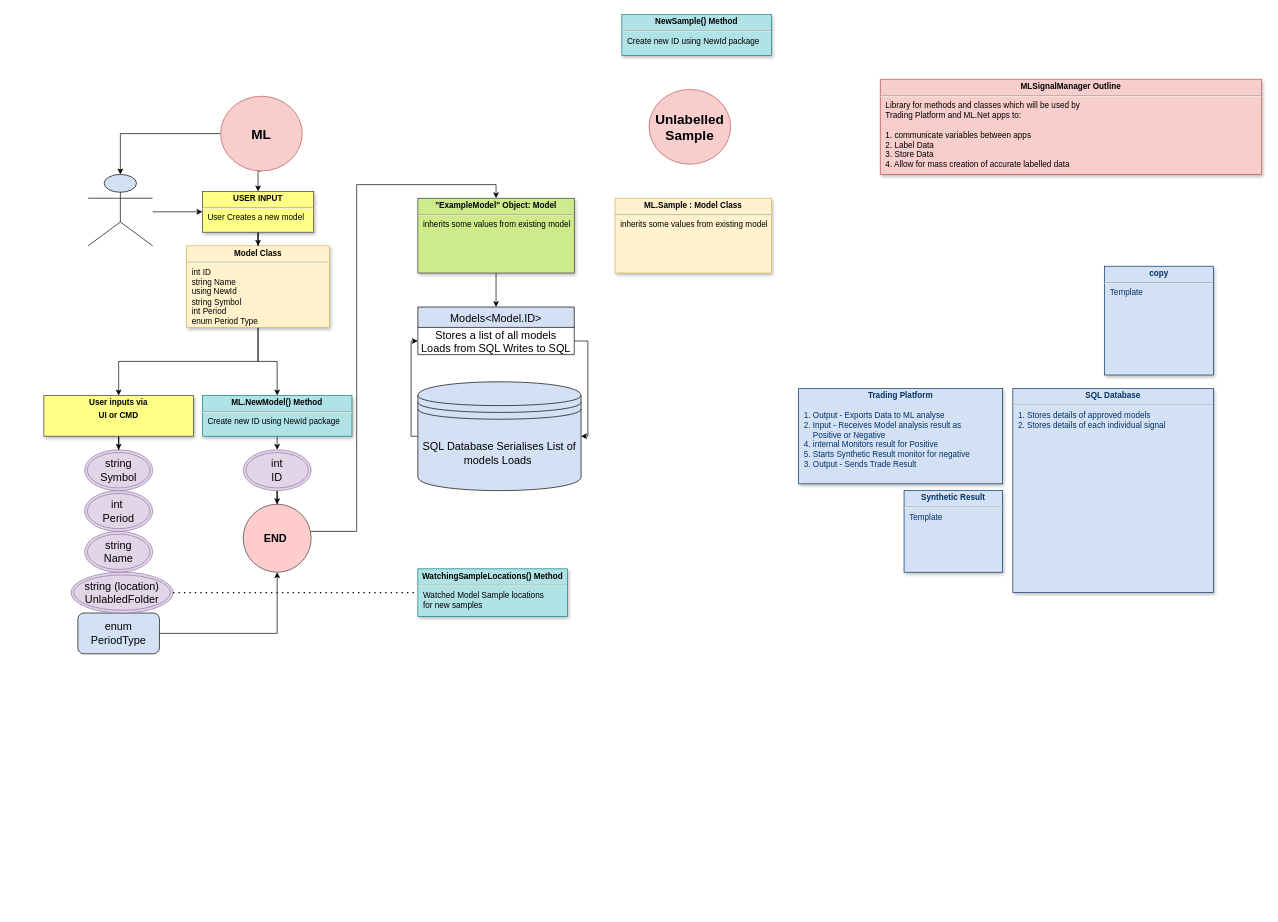
The draw.io diagram Overview_MLSignalManager.drawio in BurnOutTrader/BurnOutTrader, before the edit. Source tidied: cells renumbered, new cells numbered last; positions are measured from the earlier drawing's top-left corner, leaving out a move shared by most shapes. Both pictures are drawn from the tidied source at 68%, with x=0, y=0 at pixel (44, 14).
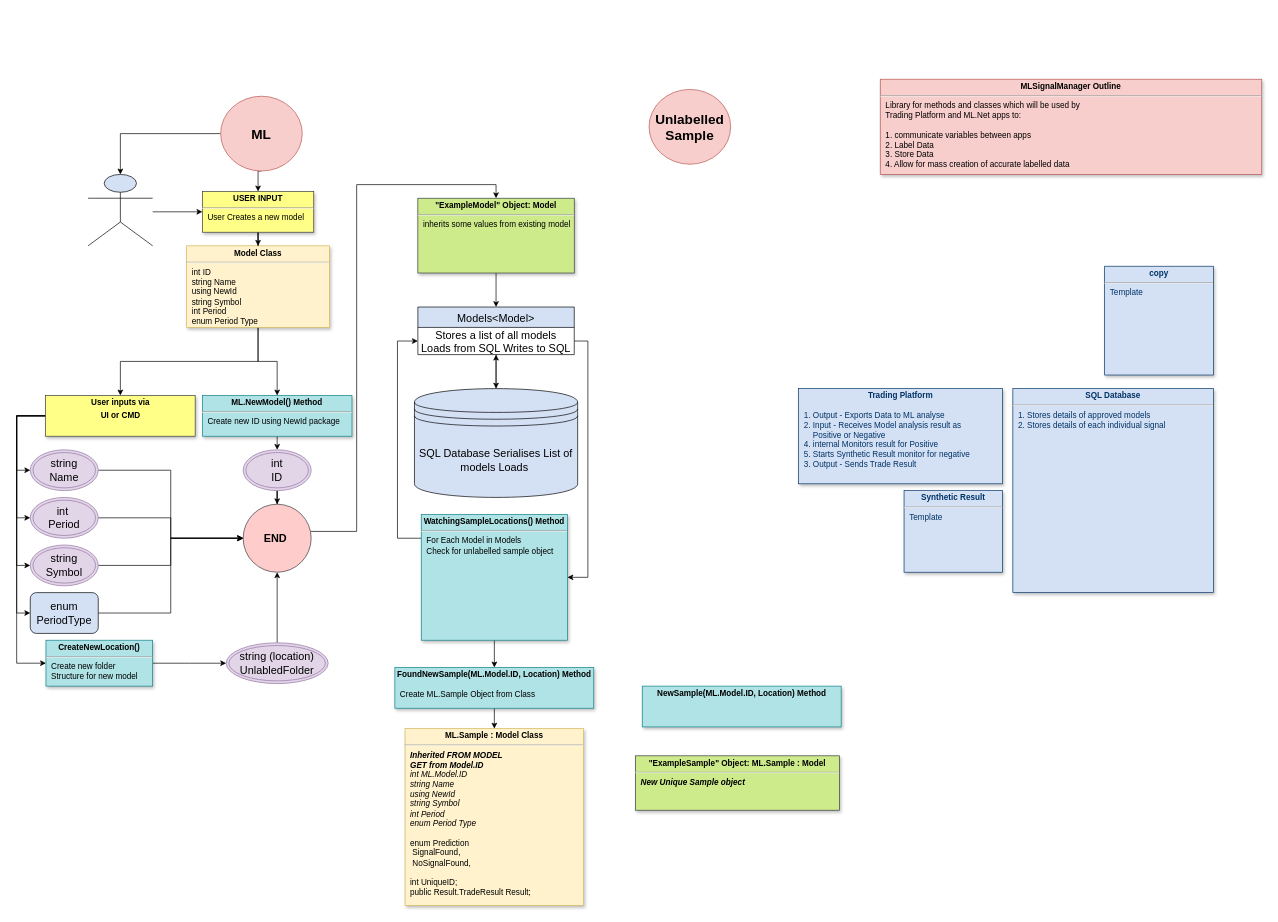
Above is the later version.

The change refers to these unchanged cells:
```xml
<mxCell id="32" value="&lt;b&gt;END&amp;nbsp;&lt;/b&gt;" style="ellipse;whiteSpace=wrap;html=1;fontSize=16;fillColor=#ffcccc;strokeColor=#36393d;" parent="1" vertex="1">
  <mxGeometry x="293.1" y="720" width="100" height="100" as="geometry" />
</mxCell>
<mxCell id="34" value="Stores a list of all models &#10;Loads from SQL Writes to SQL" style="text;strokeColor=none;fillColor=none;align=center;verticalAlign=middle;spacingLeft=4;spacingRight=4;overflow=hidden;points=[[0,0.5],[1,0.5]];portConstraint=eastwest;fontSize=16;" parent="33" vertex="1">
  <mxGeometry y="30" width="230" height="40" as="geometry" />
</mxCell>
```

The edit, as a diff of the source:
```diff
@@
-    <mxCell id="17" value="&lt;p style=&quot;margin: 4px 0px 0px; text-align: center;&quot;&gt;&lt;b&gt;ML.Sample : Model Class&lt;/b&gt;&lt;/p&gt;&lt;hr&gt;&lt;p style=&quot;margin: 0px; margin-left: 8px;&quot;&gt;inherits some values from existing model&lt;/p&gt;" style="verticalAlign=top;align=left;overflow=fill;fontSize=12;fontFamily=Helvetica;html=1;strokeColor=#d6b656;shadow=1;fillColor=#fff2cc;" parent="1" vertex="1">
-      <mxGeometry x="840" y="270" width="230" height="110" as="geometry" />
+    <mxCell id="17" value="&lt;p style=&quot;margin: 4px 0px 0px; text-align: center;&quot;&gt;&lt;b&gt;ML.Sample : Model Class&lt;/b&gt;&lt;/p&gt;&lt;hr&gt;&lt;p style=&quot;margin: 0px 0px 0px 8px;&quot;&gt;&lt;i&gt;&lt;b&gt;Inherited FROM MODEL&lt;/b&gt;&lt;/i&gt;&lt;i&gt;&lt;br&gt;&lt;/i&gt;&lt;/p&gt;&lt;p style=&quot;margin: 0px 0px 0px 8px;&quot;&gt;&lt;i&gt;&lt;b&gt;GET from Model.ID&lt;/b&gt;&lt;/i&gt;&lt;/p&gt;&lt;p style=&quot;margin: 0px 0px 0px 8px;&quot;&gt;&lt;i&gt;int ML.Model.ID&amp;nbsp;&amp;nbsp;&lt;/i&gt;&lt;/p&gt;&lt;p style=&quot;margin: 0px 0px 0px 8px;&quot;&gt;&lt;i&gt;string Name&lt;/i&gt;&lt;/p&gt;&lt;p style=&quot;margin: 0px 0px 0px 8px;&quot;&gt;&lt;i&gt;using NewId&lt;/i&gt;&lt;/p&gt;&lt;p style=&quot;margin: 0px 0px 0px 8px;&quot;&gt;&lt;i&gt;string Symbol&lt;/i&gt;&lt;/p&gt;&lt;p style=&quot;margin: 0px 0px 0px 8px;&quot;&gt;&lt;i&gt;int Period&lt;/i&gt;&lt;/p&gt;&lt;p style=&quot;margin: 0px 0px 0px 8px;&quot;&gt;&lt;i&gt;enum Period Type&lt;/i&gt;&lt;/p&gt;&lt;p style=&quot;margin: 0px 0px 0px 8px;&quot;&gt;&lt;br&gt;&lt;/p&gt;&lt;p style=&quot;margin: 0px 0px 0px 8px;&quot;&gt;&lt;span style=&quot;background-color: initial;&quot;&gt;enum Prediction&lt;/span&gt;&lt;br&gt;&lt;/p&gt;&lt;p style=&quot;margin: 0px 0px 0px 8px;&quot;&gt;&lt;span style=&quot;background-color: initial;&quot;&gt;&lt;span style=&quot;white-space: pre;&quot;&gt; &lt;/span&gt;SignalFound,&lt;/span&gt;&lt;/p&gt;&lt;p style=&quot;margin: 0px 0px 0px 8px;&quot;&gt;&lt;span style=&quot;white-space: pre;&quot;&gt; &lt;/span&gt;NoSignalFound,&lt;/p&gt;&lt;p style=&quot;margin: 0px 0px 0px 8px;&quot;&gt;&lt;span style=&quot;background-color: initial;&quot;&gt;&lt;br&gt;&lt;/span&gt;&lt;/p&gt;&lt;p style=&quot;margin: 0px 0px 0px 8px;&quot;&gt;&lt;span style=&quot;background-color: initial;&quot;&gt;int UniqueID;&lt;/span&gt;&lt;br&gt;&lt;/p&gt;&lt;p style=&quot;margin: 0px 0px 0px 8px;&quot;&gt;&lt;span style=&quot;background-color: initial;&quot;&gt;public Result.TradeResult Result;&lt;/span&gt;&lt;br&gt;&lt;/p&gt;" style="verticalAlign=top;align=left;overflow=fill;fontSize=12;fontFamily=Helvetica;html=1;strokeColor=#d6b656;shadow=1;fillColor=#fff2cc;" parent="1" vertex="1">
+      <mxGeometry x="531.2" y="1050" width="262.5" height="260" as="geometry" />
     </mxCell>
@@
+    <mxCell id="43" style="edgeStyle=orthogonalEdgeStyle;rounded=0;jettySize=auto;html=1;labelBorderColor=none;fontSize=16;entryX=0;entryY=0.5;entryDx=0;entryDy=0;" parent="1" edge="1" source="20" target="32">
+      <mxGeometry relative="1" as="geometry" />
+    </mxCell>
     <mxCell id="20" value="string Symbol" style="ellipse;shape=doubleEllipse;whiteSpace=wrap;html=1;fontSize=16;fillColor=#e1d5e7;strokeColor=#9673a6;" parent="1" vertex="1">
-      <mxGeometry x="60" y="640" width="100" height="60" as="geometry" />
+      <mxGeometry x="-20" y="780" width="100" height="60" as="geometry" />
     </mxCell>
+    <mxCell id="44" style="edgeStyle=orthogonalEdgeStyle;rounded=0;jettySize=auto;html=1;labelBorderColor=none;fontSize=16;entryX=0;entryY=0.5;entryDx=0;entryDy=0;" parent="1" edge="1" source="21" target="32">
+      <mxGeometry relative="1" as="geometry" />
+    </mxCell>
     <mxCell id="21" value="int&amp;nbsp;&lt;br&gt;Period" style="ellipse;shape=doubleEllipse;whiteSpace=wrap;html=1;fontSize=16;fillColor=#e1d5e7;strokeColor=#9673a6;" parent="1" vertex="1">
-      <mxGeometry x="60" y="700" width="100" height="60" as="geometry" />
+      <mxGeometry x="-20" y="710" width="100" height="60" as="geometry" />
     </mxCell>
+    <mxCell id="45" style="edgeStyle=orthogonalEdgeStyle;rounded=0;jettySize=auto;html=1;labelBorderColor=none;fontSize=16;entryX=0;entryY=0.5;entryDx=0;entryDy=0;" parent="1" edge="1" source="23" target="26">
+      <mxGeometry relative="1" as="geometry">
+        <Array as="points">
+          <mxPoint x="-40" y="590" />
+          <mxPoint x="-40" y="670" />
+        </Array>
+      </mxGeometry>
+    </mxCell>
+    <mxCell id="46" style="edgeStyle=orthogonalEdgeStyle;rounded=0;jettySize=auto;html=1;entryX=0;entryY=0.5;entryDx=0;entryDy=0;labelBorderColor=none;fontSize=16;" parent="1" edge="1" source="23" target="21">
+      <mxGeometry relative="1" as="geometry">
+        <Array as="points">
+          <mxPoint x="-40" y="590" />
+          <mxPoint x="-40" y="740" />
+        </Array>
+      </mxGeometry>
+    </mxCell>
-    <mxCell id="22" style="edgeStyle=orthogonalEdgeStyle;rounded=0;jettySize=auto;html=1;labelBorderColor=none;fontSize=16;" parent="1" edge="1" source="23" target="20">
-      <mxGeometry relative="1" as="geometry" />
+    <mxCell id="22" style="edgeStyle=orthogonalEdgeStyle;rounded=0;jettySize=auto;html=1;entryX=0;entryY=0.5;entryDx=0;entryDy=0;labelBorderColor=none;fontSize=16;" parent="1" edge="1" source="23" target="20">
+      <mxGeometry relative="1" as="geometry">
+        <Array as="points">
+          <mxPoint x="-40" y="590" />
+          <mxPoint x="-40" y="810" />
+        </Array>
+      </mxGeometry>
     </mxCell>
+    <mxCell id="47" style="edgeStyle=orthogonalEdgeStyle;rounded=0;jettySize=auto;html=1;entryX=0;entryY=0.5;entryDx=0;entryDy=0;labelBorderColor=none;fontSize=16;" parent="1" edge="1" source="23" target="25">
+      <mxGeometry relative="1" as="geometry">
+        <Array as="points">
+          <mxPoint x="-40" y="590" />
+          <mxPoint x="-40" y="880" />
+        </Array>
+      </mxGeometry>
+    </mxCell>
+    <mxCell id="48" style="edgeStyle=orthogonalEdgeStyle;rounded=0;jettySize=auto;html=1;entryX=0;entryY=0.5;entryDx=0;entryDy=0;labelBorderColor=none;fontSize=16;" parent="1" edge="1" source="23" target="59">
+      <mxGeometry relative="1" as="geometry">
+        <Array as="points">
+          <mxPoint x="-40" y="590" />
+          <mxPoint x="-40" y="954" />
+        </Array>
+      </mxGeometry>
+    </mxCell>
     <mxCell id="23" value="&lt;p style=&quot;margin: 4px 0px 0px; text-align: center;&quot;&gt;&lt;b&gt;User inputs via&lt;/b&gt;&lt;/p&gt;&lt;p style=&quot;margin: 4px 0px 0px; text-align: center;&quot;&gt;&lt;b&gt;UI or CMD&lt;/b&gt;&lt;/p&gt;&lt;p style=&quot;margin: 4px 0px 0px; text-align: center;&quot;&gt;&lt;b&gt;&lt;br&gt;&lt;/b&gt;&lt;/p&gt;&lt;hr&gt;&lt;p style=&quot;margin: 0px; margin-left: 8px;&quot;&gt;&lt;br&gt;&lt;/p&gt;" style="verticalAlign=top;align=left;overflow=fill;fontSize=12;fontFamily=Helvetica;html=1;strokeColor=#36393d;shadow=1;fillColor=#ffff88;" parent="1" vertex="1">
-      <mxGeometry y="560" width="220" height="60" as="geometry" />
+      <mxGeometry x="2.5" y="560" width="220" height="60" as="geometry" />
     </mxCell>
-    <mxCell id="24" style="edgeStyle=orthogonalEdgeStyle;rounded=0;jettySize=auto;html=1;labelBorderColor=none;fontSize=16;" parent="1" edge="1" source="25" target="32">
+    <mxCell id="24" style="edgeStyle=orthogonalEdgeStyle;rounded=0;jettySize=auto;html=1;labelBorderColor=none;fontSize=16;entryX=0;entryY=0.5;entryDx=0;entryDy=0;" parent="1" edge="1" source="25" target="32">
       <mxGeometry relative="1" as="geometry" />
     </mxCell>
     <mxCell id="25" value="enum &lt;br&gt;PeriodType" style="rounded=1;whiteSpace=wrap;html=1;fontSize=16;fillColor=#D4E1F5;" parent="1" vertex="1">
-      <mxGeometry x="50" y="880" width="120" height="60" as="geometry" />
+      <mxGeometry x="-20" y="850" width="100" height="60" as="geometry" />
     </mxCell>
+    <mxCell id="49" style="edgeStyle=orthogonalEdgeStyle;rounded=0;jettySize=auto;html=1;labelBorderColor=none;fontSize=16;entryX=0;entryY=0.5;entryDx=0;entryDy=0;" parent="1" edge="1" source="26" target="32">
+      <mxGeometry relative="1" as="geometry" />
+    </mxCell>
     <mxCell id="26" value="string&lt;br&gt;Name" style="ellipse;shape=doubleEllipse;whiteSpace=wrap;html=1;fontSize=16;fillColor=#e1d5e7;strokeColor=#9673a6;" parent="1" vertex="1">
-      <mxGeometry x="60" y="760" width="100" height="60" as="geometry" />
+      <mxGeometry x="-20" y="640" width="100" height="60" as="geometry" />
     </mxCell>
@@
+    <mxCell id="50" style="edgeStyle=orthogonalEdgeStyle;rounded=0;jettySize=auto;html=1;entryX=0.5;entryY=0;entryDx=0;entryDy=0;labelBorderColor=none;fontSize=16;" parent="1" edge="1" source="33" target="36">
+      <mxGeometry relative="1" as="geometry" />
+    </mxCell>
-    <mxCell id="33" value="Models&lt;Model.ID&gt;" style="swimlane;fontStyle=0;horizontal=1;startSize=30;fontSize=16;fillColor=#D4E1F5;" parent="1" vertex="1">
+    <mxCell id="33" value="Models&lt;Model&gt;" style="swimlane;fontStyle=0;horizontal=1;startSize=30;fontSize=16;fillColor=#D4E1F5;" parent="1" vertex="1">
       <mxGeometry x="550" y="430" width="230" height="70" as="geometry" />
     </mxCell>
@@
-    <mxCell id="35" style="edgeStyle=orthogonalEdgeStyle;rounded=0;jettySize=auto;html=1;labelBorderColor=none;fontSize=16;entryX=0;entryY=0.5;entryDx=0;entryDy=0;exitX=0;exitY=0.5;exitDx=0;exitDy=0;" parent="1" edge="1" source="36" target="34">
-      <mxGeometry relative="1" as="geometry">
-        <Array as="points">
-          <mxPoint x="540" y="620" />
-          <mxPoint x="540" y="480" />
-        </Array>
-      </mxGeometry>
-    </mxCell>
+    <mxCell id="51" style="edgeStyle=orthogonalEdgeStyle;rounded=0;jettySize=auto;html=1;labelBorderColor=none;fontSize=16;" parent="1" edge="1" source="36" target="33">
+      <mxGeometry relative="1" as="geometry" />
+    </mxCell>
     <mxCell id="36" value="SQL Database Serialises List of models Loads&amp;nbsp;" style="shape=datastore;whiteSpace=wrap;html=1;fontSize=16;fillColor=#D4E1F5;" parent="1" vertex="1">
-      <mxGeometry x="550" y="540" width="240" height="160" as="geometry" />
+      <mxGeometry x="545" y="550" width="240" height="160" as="geometry" />
     </mxCell>
-    <mxCell id="37" style="edgeStyle=orthogonalEdgeStyle;rounded=0;jettySize=auto;html=1;entryX=1;entryY=0.5;entryDx=0;entryDy=0;labelBorderColor=none;fontSize=16;" parent="1" edge="1" source="34" target="36">
-      <mxGeometry relative="1" as="geometry">
-        <Array as="points">
-          <mxPoint x="800" y="480" />
-          <mxPoint x="800" y="620" />
-        </Array>
-      </mxGeometry>
-    </mxCell>
@@
-    <mxCell id="39" value="&lt;p style=&quot;margin: 4px 0px 0px; text-align: center;&quot;&gt;&lt;b&gt;NewSample() Method&lt;/b&gt;&lt;/p&gt;&lt;hr&gt;&lt;p style=&quot;margin: 0px; margin-left: 8px;&quot;&gt;Create new ID using NewId package&lt;/p&gt;" style="verticalAlign=top;align=left;overflow=fill;fontSize=12;fontFamily=Helvetica;html=1;strokeColor=#0e8088;shadow=1;fillColor=#b0e3e6;" parent="1" vertex="1">
-      <mxGeometry x="850" width="220" height="60" as="geometry" />
-    </mxCell>
+    <mxCell id="52" style="edgeStyle=orthogonalEdgeStyle;rounded=0;jettySize=auto;html=1;entryX=0;entryY=0.5;entryDx=0;entryDy=0;labelBorderColor=none;fontSize=16;" parent="1" edge="1" source="40" target="34">
+      <mxGeometry relative="1" as="geometry">
+        <Array as="points">
+          <mxPoint x="520" y="770" />
+          <mxPoint x="520" y="480" />
+        </Array>
+      </mxGeometry>
+    </mxCell>
+    <mxCell id="53" style="edgeStyle=orthogonalEdgeStyle;rounded=0;jettySize=auto;html=1;labelBorderColor=none;fontSize=16;" parent="1" edge="1" source="40" target="56">
+      <mxGeometry relative="1" as="geometry" />
+    </mxCell>
-    <mxCell id="40" value="&lt;p style=&quot;margin: 4px 0px 0px; text-align: center;&quot;&gt;&lt;b&gt;WatchingSampleLocations() Method&lt;/b&gt;&lt;/p&gt;&lt;hr&gt;&lt;p style=&quot;margin: 0px; margin-left: 8px;&quot;&gt;Watched Model Sample locations&amp;nbsp;&lt;/p&gt;&lt;p style=&quot;margin: 0px; margin-left: 8px;&quot;&gt;for new samples&lt;/p&gt;" style="verticalAlign=top;align=left;overflow=fill;fontSize=12;fontFamily=Helvetica;html=1;strokeColor=#0e8088;shadow=1;fillColor=#b0e3e6;" parent="1" vertex="1">
-      <mxGeometry x="550" y="815" width="220" height="70" as="geometry" />
+    <mxCell id="40" value="&lt;p style=&quot;margin: 4px 0px 0px; text-align: center;&quot;&gt;&lt;b&gt;WatchingSampleLocations() Method&lt;/b&gt;&lt;/p&gt;&lt;hr&gt;&lt;p style=&quot;margin: 0px; margin-left: 8px;&quot;&gt;For Each Model in Models&lt;/p&gt;&lt;p style=&quot;margin: 0px; margin-left: 8px;&quot;&gt;Check for unlabelled sample object&lt;/p&gt;" style="verticalAlign=top;align=left;overflow=fill;fontSize=12;fontFamily=Helvetica;html=1;strokeColor=#0e8088;shadow=1;fillColor=#b0e3e6;" parent="1" vertex="1">
+      <mxGeometry x="555" y="735" width="215" height="185" as="geometry" />
     </mxCell>
+    <mxCell id="54" style="edgeStyle=orthogonalEdgeStyle;rounded=0;jettySize=auto;html=1;entryX=0.5;entryY=1;entryDx=0;entryDy=0;labelBorderColor=none;fontSize=16;" parent="1" edge="1" source="41" target="32">
+      <mxGeometry relative="1" as="geometry">
+        <Array as="points">
+          <mxPoint x="343" y="954" />
+        </Array>
+      </mxGeometry>
+    </mxCell>
     <mxCell id="41" value="string (location)&lt;br&gt;UnlabledFolder" style="ellipse;shape=doubleEllipse;whiteSpace=wrap;html=1;fontSize=16;fillColor=#e1d5e7;strokeColor=#9673a6;" parent="1" vertex="1">
-      <mxGeometry x="40" y="820" width="150" height="60" as="geometry" />
+      <mxGeometry x="268.1" y="923.8" width="150" height="60" as="geometry" />
     </mxCell>
-    <mxCell id="42" style="endArrow=none;dashed=1;html=1;dashPattern=1 3;strokeWidth=2;rounded=0;labelBorderColor=none;fontSize=16;entryX=0;entryY=0.5;entryDx=0;entryDy=0;exitX=1;exitY=0.5;exitDx=0;exitDy=0;" parent="1" edge="1" source="41" target="40">
-      <mxGeometry relative="1" as="geometry" />
-    </mxCell>
+    <mxCell id="55" style="edgeStyle=orthogonalEdgeStyle;rounded=0;jettySize=auto;html=1;entryX=0.5;entryY=0;entryDx=0;entryDy=0;labelBorderColor=none;fontSize=16;" parent="1" edge="1" source="56" target="17">
+      <mxGeometry relative="1" as="geometry" />
+    </mxCell>
+    <mxCell id="56" value="&lt;p style=&quot;margin: 4px 0px 0px; text-align: center;&quot;&gt;&lt;b&gt;FoundNewSample(ML.Model.ID, Location) Method&lt;/b&gt;&lt;/p&gt;&lt;p style=&quot;margin: 0px; margin-left: 8px;&quot;&gt;&lt;br&gt;&lt;/p&gt;&lt;p style=&quot;margin: 0px; margin-left: 8px;&quot;&gt;Create ML.Sample Object from Class&lt;/p&gt;" style="verticalAlign=top;align=left;overflow=fill;fontSize=12;fontFamily=Helvetica;html=1;strokeColor=#0e8088;shadow=1;fillColor=#b0e3e6;" parent="1" vertex="1">
+      <mxGeometry x="516.2" y="960" width="292.5" height="60" as="geometry" />
+    </mxCell>
+    <mxCell id="57" style="edgeStyle=orthogonalEdgeStyle;rounded=0;jettySize=auto;html=1;entryX=1;entryY=0.5;entryDx=0;entryDy=0;labelBorderColor=none;fontSize=16;" parent="1" edge="1" source="34" target="40">
+      <mxGeometry relative="1" as="geometry">
+        <Array as="points">
+          <mxPoint x="800" y="480" />
+          <mxPoint x="800" y="827" />
+        </Array>
+      </mxGeometry>
+    </mxCell>
+    <mxCell id="58" style="edgeStyle=orthogonalEdgeStyle;rounded=0;jettySize=auto;html=1;entryX=0;entryY=0.5;entryDx=0;entryDy=0;labelBorderColor=none;fontSize=16;" parent="1" edge="1" source="59" target="41">
+      <mxGeometry relative="1" as="geometry" />
+    </mxCell>
+    <mxCell id="59" value="&lt;p style=&quot;margin: 4px 0px 0px; text-align: center;&quot;&gt;&lt;b&gt;CreateNewLocation()&lt;/b&gt;&lt;/p&gt;&lt;hr&gt;&lt;p style=&quot;margin: 0px; margin-left: 8px;&quot;&gt;Create new folder&amp;nbsp;&lt;/p&gt;&lt;p style=&quot;margin: 0px; margin-left: 8px;&quot;&gt;Structure for new model&lt;/p&gt;" style="verticalAlign=top;align=left;overflow=fill;fontSize=12;fontFamily=Helvetica;html=1;strokeColor=#0e8088;shadow=1;fillColor=#b0e3e6;" parent="1" vertex="1">
+      <mxGeometry x="3.1" y="920" width="156.9" height="67.5" as="geometry" />
+    </mxCell>
+    <mxCell id="60" value="&lt;p style=&quot;margin: 4px 0px 0px; text-align: center;&quot;&gt;&lt;b&gt;NewSample(ML.Model.ID, Location) Method&lt;/b&gt;&lt;/p&gt;&lt;p style=&quot;margin: 0px; margin-left: 8px;&quot;&gt;&lt;br&gt;&lt;/p&gt;" style="verticalAlign=top;align=left;overflow=fill;fontSize=12;fontFamily=Helvetica;html=1;strokeColor=#0e8088;shadow=1;fillColor=#b0e3e6;" parent="1" vertex="1">
+      <mxGeometry x="880" y="987.5" width="292.5" height="60" as="geometry" />
+    </mxCell>
+    <mxCell id="61" value="&lt;p style=&quot;margin: 4px 0px 0px; text-align: center;&quot;&gt;&lt;b&gt;&quot;ExampleSample&quot; Object: ML.Sample : Model&lt;/b&gt;&lt;/p&gt;&lt;hr&gt;&lt;p style=&quot;margin: 0px 0px 0px 8px;&quot;&gt;&lt;b&gt;&lt;i&gt;New Unique Sample object&lt;/i&gt;&lt;/b&gt;&lt;/p&gt;" style="verticalAlign=top;align=left;overflow=fill;fontSize=12;fontFamily=Helvetica;html=1;strokeColor=#36393d;shadow=1;fillColor=#cdeb8b;" parent="1" vertex="1">
+      <mxGeometry x="870" y="1090" width="300" height="80" as="geometry" />
+    </mxCell>
```
